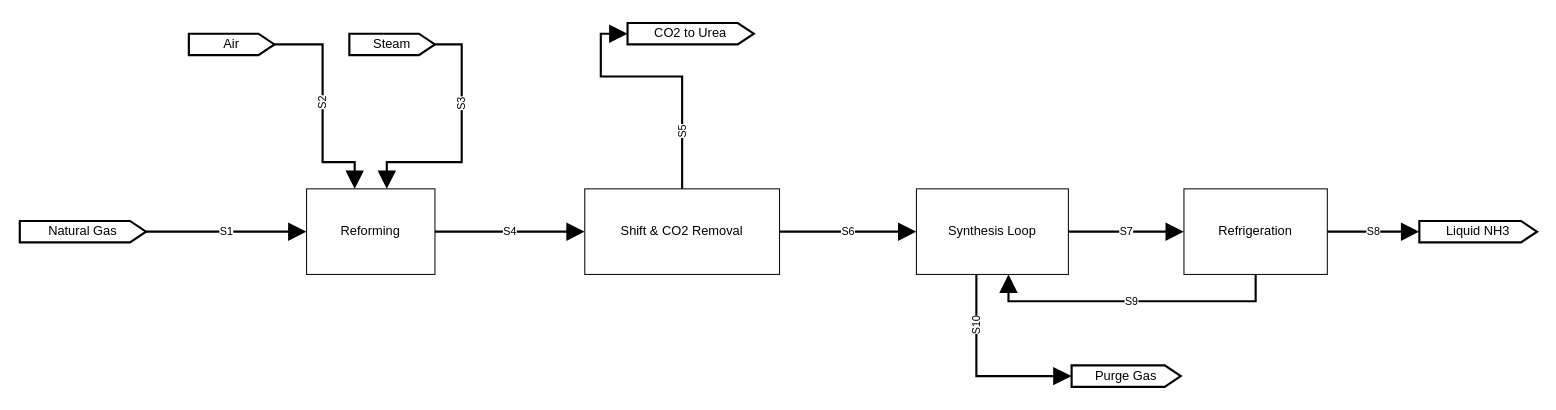
Before: drawio-samples/12_block_flow_diagram.drawio in Alpha9463/pandid, a draw.io diagram. Source tidied: cells renumbered, new cells numbered last; positions are measured from the earlier drawing's top-left corner, leaving out a move shared by most shapes. Both pictures are drawn from the tidied source at 107%, with x=0, y=0 at pixel (19, 22).
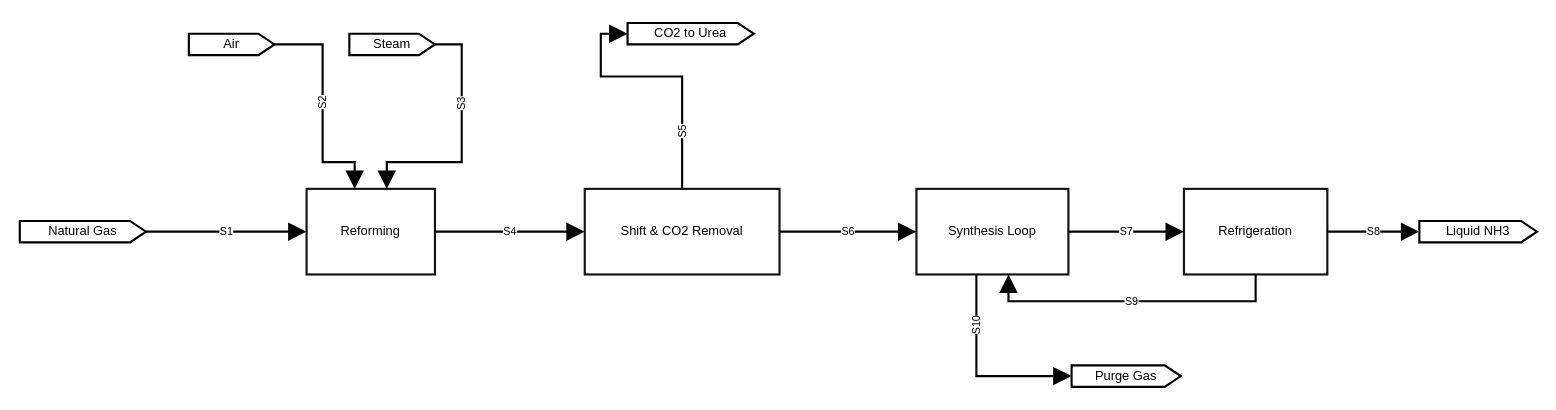
The same page after the edit.

Diff of the diagram source:
```diff
@@
-    <mxCell id="2" value="Reforming" style="html=1;rounded=0;whiteSpace=wrap;strokeColor=#111;fillColor=none;strokeWidth=1;verticalLabelPosition=middle;verticalAlign=middle;align=center;fontSize=12;" parent="1" vertex="1">
+    <mxCell id="2" value="Reforming" style="html=1;rounded=0;whiteSpace=wrap;strokeColor=#111;fillColor=none;strokeWidth=2;verticalLabelPosition=middle;verticalAlign=middle;align=center;fontSize=12;" parent="1" vertex="1">
       <mxGeometry x="268" y="155" width="120" height="80" as="geometry" />
     </mxCell>
-    <mxCell id="3" value="Shift &amp; CO2 Removal" style="html=1;rounded=0;whiteSpace=wrap;strokeColor=#111;fillColor=none;strokeWidth=1;verticalLabelPosition=middle;verticalAlign=middle;align=center;fontSize=12;" parent="1" vertex="1">
+    <mxCell id="3" value="Shift &amp; CO2 Removal" style="html=1;rounded=0;whiteSpace=wrap;strokeColor=#111;fillColor=none;strokeWidth=2;verticalLabelPosition=middle;verticalAlign=middle;align=center;fontSize=12;" parent="1" vertex="1">
       <mxGeometry x="528" y="155" width="182" height="80" as="geometry" />
     </mxCell>
-    <mxCell id="4" value="Synthesis Loop" style="html=1;rounded=0;whiteSpace=wrap;strokeColor=#111;fillColor=none;strokeWidth=1;verticalLabelPosition=middle;verticalAlign=middle;align=center;fontSize=12;" parent="1" vertex="1">
+    <mxCell id="4" value="Synthesis Loop" style="html=1;rounded=0;whiteSpace=wrap;strokeColor=#111;fillColor=none;strokeWidth=2;verticalLabelPosition=middle;verticalAlign=middle;align=center;fontSize=12;" parent="1" vertex="1">
       <mxGeometry x="838" y="155" width="142" height="80" as="geometry" />
     </mxCell>
-    <mxCell id="5" value="Refrigeration" style="html=1;rounded=0;whiteSpace=wrap;strokeColor=#111;fillColor=none;strokeWidth=1;verticalLabelPosition=middle;verticalAlign=middle;align=center;fontSize=12;" parent="1" vertex="1">
+    <mxCell id="5" value="Refrigeration" style="html=1;rounded=0;whiteSpace=wrap;strokeColor=#111;fillColor=none;strokeWidth=2;verticalLabelPosition=middle;verticalAlign=middle;align=center;fontSize=12;" parent="1" vertex="1">
       <mxGeometry x="1088" y="155" width="134" height="80" as="geometry" />
     </mxCell>
```
